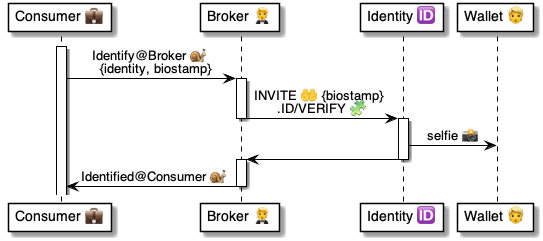
Above: 4 ⚙️ Solution/20 🧑‍🦰 UI/Brokers 🤵/🤵📨 Broker msgs/Share 💼 Identify 💼🐌🤵/🤵 Identify ⚙️ uml.png in pollyweb-org/pollyweb-docs (PlantUML), before the change. Its source is kept beside it as 4 ⚙️ Solution/20 🧑‍🦰 UI/Brokers 🤵/🤵📨 Broker msgs/Share 💼 Identify 💼🐌🤵/🤵 Identify ⚙️ uml.puml.
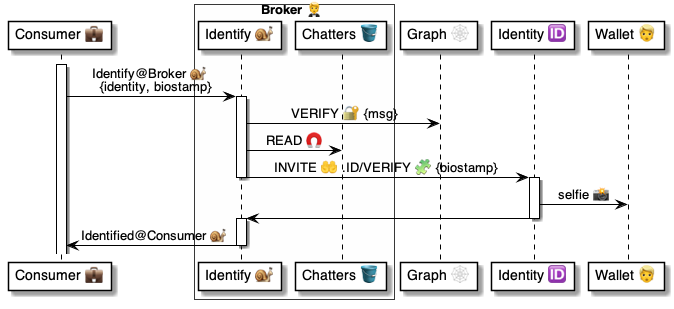
The same file after the commit.

Change to the diagram source:
```diff
@@ -1,17 +1,22 @@
 @startuml VerifyToken
 
 participant "Consumer 💼" as consumer
-participant "Broker 🤵" as broker
+box Broker 🤵 #FFFFFA
+    participant "Identify 🐌" as broker
+    participant "Chatters 🪣" as chatters
+end box
+participant "Graph 🕸" as graph
 participant "Identity 🆔" as script
 participant "Wallet 👱" as wallet
 
 
 activate consumer
-consumer -> broker: Identify@Broker 🐌 \n  {identity, biostamp}
-
+    consumer -> broker: Identify@Broker 🐌 \n  {identity, biostamp}
 
 activate broker
-    broker -> script: INVITE 🤲 {biostamp} \n .ID/VERIFY 🧩
+    broker -> graph: VERIFY 🔐 {msg}
+    broker -> chatters: READ 🧲
+    broker -> script: INVITE 🤲 .ID/VERIFY 🧩 {biostamp}
 deactivate broker
 
 
```
